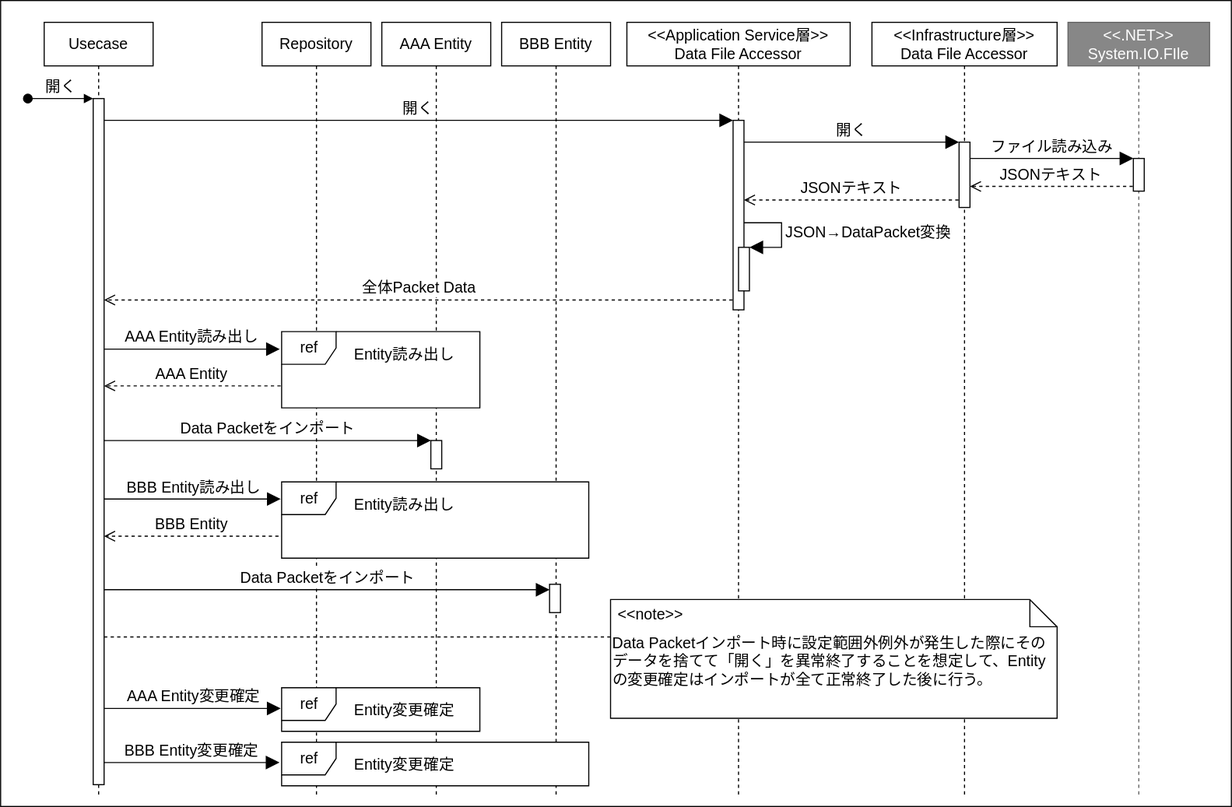
This is Documents/Design/設定データファイル読み込みシーケンス.svg from bosssanovar/WindowsApp_Template_202404, a draw.io export, as it was before one commit. Source tidied: cells renumbered, new cells last; positions are measured from the earlier drawing's top-left corner, leaving out a move shared by most shapes.
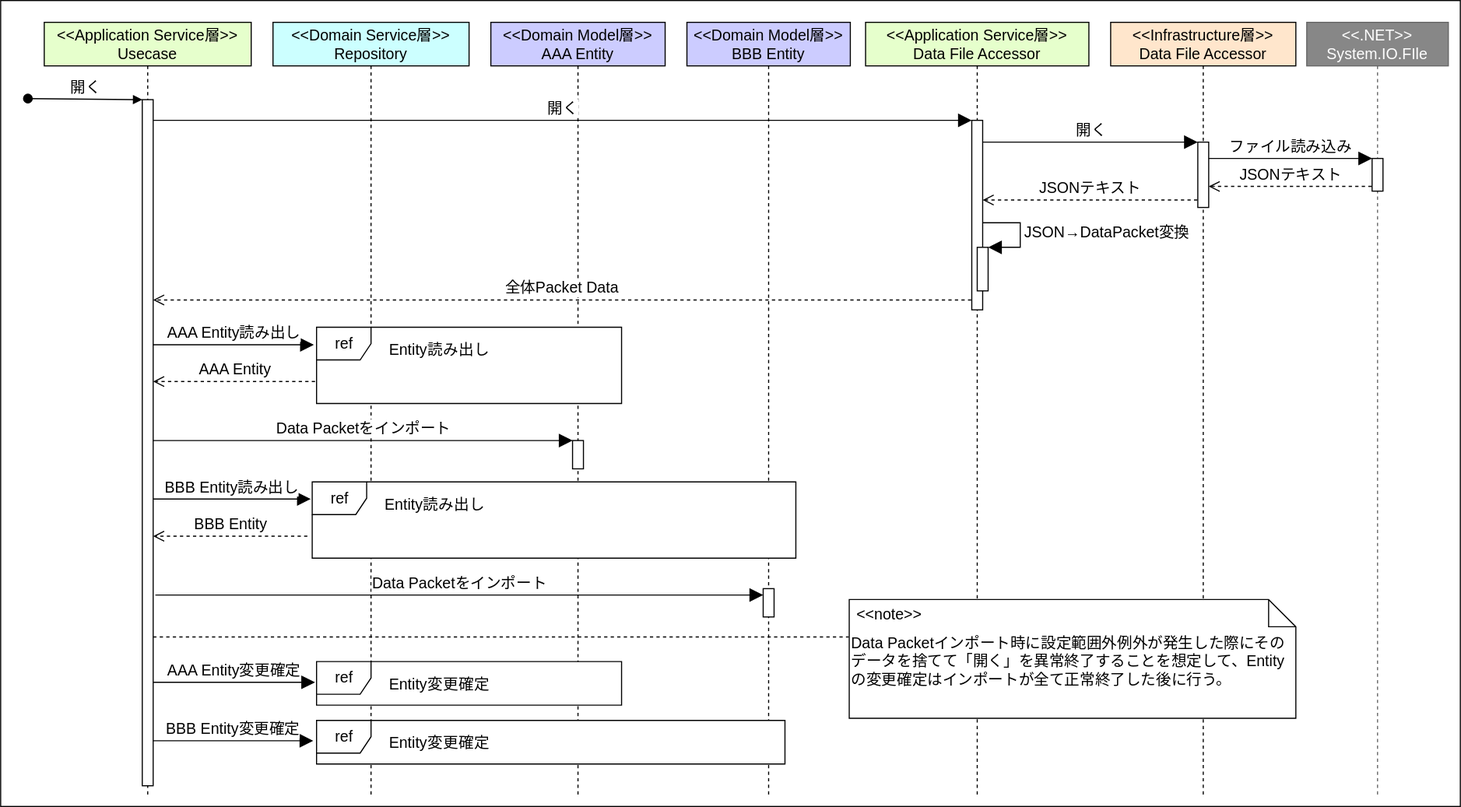
The same file after the commit.

Change to the diagram source:
```diff
@@ -3,36 +3,36 @@
     <mxCell id="0" />
     <mxCell id="1" parent="0" />
     <mxCell id="2" style="rounded=0;whiteSpace=wrap;html=1;strokeColor=#000000;strokeWidth=1;fontSize=14;fontColor=#000000;fillColor=default;" parent="1" vertex="1">
-      <mxGeometry width="1130" height="740" as="geometry" />
+      <mxGeometry x="-310" width="1340" height="740" as="geometry" />
     </mxCell>
-    <mxCell id="3" value="Usecase" style="shape=umlLifeline;perimeter=lifelinePerimeter;whiteSpace=wrap;html=1;strokeColor=#000000;strokeWidth=1;fontSize=14;fontColor=#000000;fillColor=#FFFFFF;" parent="1" vertex="1">
-      <mxGeometry x="40" y="20" width="100" height="710" as="geometry" />
+    <mxCell id="3" value="&amp;lt;&amp;lt;Application Service層&amp;gt;&amp;gt;&lt;br&gt;Usecase" style="shape=umlLifeline;perimeter=lifelinePerimeter;whiteSpace=wrap;html=1;strokeColor=#000000;strokeWidth=1;fontSize=14;fontColor=#000000;fillColor=#E6FFCC;" parent="1" vertex="1">
+      <mxGeometry x="-270" y="20" width="190" height="710" as="geometry" />
     </mxCell>
     <mxCell id="4" style="html=1;points=[];perimeter=orthogonalPerimeter;strokeColor=#000000;strokeWidth=1;fontSize=14;fontColor=#000000;fillColor=default;" parent="3" vertex="1">
-      <mxGeometry x="45" y="70" width="10" height="630" as="geometry" />
+      <mxGeometry x="90" y="71" width="10" height="630" as="geometry" />
     </mxCell>
     <mxCell id="5" value="開く" style="html=1;verticalAlign=bottom;startArrow=oval;endArrow=block;startSize=8;strokeWidth=1;fontSize=14;fontColor=#000000;" parent="3" edge="1" target="4">
       <mxGeometry relative="1" as="geometry">
         <mxPoint x="-15" y="70" as="sourcePoint" />
       </mxGeometry>
     </mxCell>
-    <mxCell id="6" value="Repository" style="shape=umlLifeline;perimeter=lifelinePerimeter;whiteSpace=wrap;html=1;strokeColor=#000000;strokeWidth=1;fontSize=14;fontColor=#000000;fillColor=#FFFFFF;" parent="1" vertex="1">
-      <mxGeometry x="240" y="20" width="100" height="710" as="geometry" />
+    <mxCell id="6" value="&amp;lt;&amp;lt;Domain Service層&amp;gt;&amp;gt;&lt;br&gt;Repository" style="shape=umlLifeline;perimeter=lifelinePerimeter;whiteSpace=wrap;html=1;strokeColor=#000000;strokeWidth=1;fontSize=14;fontColor=#000000;fillColor=#CCFFFF;" parent="1" vertex="1">
+      <mxGeometry x="-60" y="20" width="180" height="710" as="geometry" />
     </mxCell>
-    <mxCell id="7" value="AAA Entity" style="shape=umlLifeline;perimeter=lifelinePerimeter;whiteSpace=wrap;html=1;strokeColor=#000000;strokeWidth=1;fontSize=14;fontColor=#000000;fillColor=#FFFFFF;" parent="1" vertex="1">
-      <mxGeometry x="350" y="20" width="100" height="710" as="geometry" />
+    <mxCell id="7" value="&amp;lt;&amp;lt;Domain Model層&amp;gt;&amp;gt;&lt;br&gt;AAA Entity" style="shape=umlLifeline;perimeter=lifelinePerimeter;whiteSpace=wrap;html=1;strokeColor=#000000;strokeWidth=1;fontSize=14;fontColor=#000000;fillColor=#CCCCFF;" parent="1" vertex="1">
+      <mxGeometry x="140" y="20" width="160" height="710" as="geometry" />
     </mxCell>
     <mxCell id="8" style="html=1;points=[];perimeter=orthogonalPerimeter;strokeColor=#000000;strokeWidth=1;fontSize=14;fontColor=#000000;fillColor=default;" parent="7" vertex="1">
-      <mxGeometry x="45" y="384" width="10" height="26" as="geometry" />
+      <mxGeometry x="75" y="384" width="10" height="26" as="geometry" />
     </mxCell>
-    <mxCell id="9" value="BBB Entity" style="shape=umlLifeline;perimeter=lifelinePerimeter;whiteSpace=wrap;html=1;strokeColor=#000000;strokeWidth=1;fontSize=14;fontColor=#000000;fillColor=#FFFFFF;" parent="1" vertex="1">
-      <mxGeometry x="460" y="20" width="100" height="710" as="geometry" />
+    <mxCell id="9" value="&amp;lt;&amp;lt;Domain Model層&amp;gt;&amp;gt;&lt;br&gt;BBB Entity" style="shape=umlLifeline;perimeter=lifelinePerimeter;whiteSpace=wrap;html=1;strokeColor=#000000;strokeWidth=1;fontSize=14;fontColor=#000000;fillColor=#CCCCFF;" parent="1" vertex="1">
+      <mxGeometry x="320" y="20" width="150" height="710" as="geometry" />
     </mxCell>
     <mxCell id="10" style="html=1;points=[];perimeter=orthogonalPerimeter;strokeColor=#000000;strokeWidth=1;fontSize=14;fontColor=#000000;fillColor=default;" parent="9" vertex="1">
-      <mxGeometry x="44" y="516" width="10" height="26" as="geometry" />
+      <mxGeometry x="70" y="520" width="10" height="26" as="geometry" />
     </mxCell>
-    <mxCell id="11" value="&amp;lt;&amp;lt;Application Service層&amp;gt;&amp;gt;&lt;br&gt;Data File Accessor" style="shape=umlLifeline;perimeter=lifelinePerimeter;whiteSpace=wrap;html=1;strokeColor=#000000;strokeWidth=1;fontSize=14;fontColor=#000000;fillColor=#FFFFFF;" parent="1" vertex="1">
-      <mxGeometry x="575" y="20" width="205" height="710" as="geometry" />
+    <mxCell id="11" value="&amp;lt;&amp;lt;Application Service層&amp;gt;&amp;gt;&lt;br&gt;Data File Accessor" style="shape=umlLifeline;perimeter=lifelinePerimeter;whiteSpace=wrap;html=1;strokeColor=#000000;strokeWidth=1;fontSize=14;fontColor=#000000;fillColor=#E6FFCC;" parent="1" vertex="1">
+      <mxGeometry x="484" y="20" width="205" height="710" as="geometry" />
     </mxCell>
     <mxCell id="12" style="html=1;points=[];perimeter=orthogonalPerimeter;strokeColor=#000000;strokeWidth=1;fontSize=14;fontColor=#000000;fillColor=default;" parent="11" vertex="1">
       <mxGeometry x="97.5" y="90" width="10" height="174" as="geometry" />
@@ -48,20 +48,20 @@
         </Array>
       </mxGeometry>
     </mxCell>
-    <mxCell id="15" value="&amp;lt;&amp;lt;Infrastructure層&amp;gt;&amp;gt;&lt;br style=&quot;border-color: var(--border-color);&quot;&gt;Data File Accessor" style="shape=umlLifeline;perimeter=lifelinePerimeter;whiteSpace=wrap;html=1;strokeColor=#000000;strokeWidth=1;fontSize=14;fontColor=#000000;fillColor=#FFFFFF;" parent="1" vertex="1">
-      <mxGeometry x="800" y="20" width="170" height="710" as="geometry" />
+    <mxCell id="15" value="&amp;lt;&amp;lt;Infrastructure層&amp;gt;&amp;gt;&lt;br style=&quot;border-color: var(--border-color);&quot;&gt;Data File Accessor" style="shape=umlLifeline;perimeter=lifelinePerimeter;whiteSpace=wrap;html=1;strokeColor=#000000;strokeWidth=1;fontSize=14;fontColor=#000000;fillColor=#FFE6CC;" parent="1" vertex="1">
+      <mxGeometry x="709" y="20" width="170" height="710" as="geometry" />
     </mxCell>
     <mxCell id="16" style="html=1;points=[];perimeter=orthogonalPerimeter;strokeColor=#000000;strokeWidth=1;fontSize=14;fontColor=#000000;fillColor=default;" parent="15" vertex="1">
       <mxGeometry x="80" y="110" width="10" height="60" as="geometry" />
     </mxCell>
     <mxCell id="17" value="&amp;lt;&amp;lt;.NET&amp;gt;&amp;gt;&lt;br&gt;System.IO.FIle" style="shape=umlLifeline;perimeter=lifelinePerimeter;whiteSpace=wrap;html=1;strokeColor=#666666;strokeWidth=1;fontSize=14;fontColor=#FFFFFF;fillColor=#878787;" parent="1" vertex="1">
-      <mxGeometry x="980" y="20" width="130" height="710" as="geometry" />
+      <mxGeometry x="889" y="20" width="130" height="710" as="geometry" />
     </mxCell>
     <mxCell id="18" style="html=1;points=[];perimeter=orthogonalPerimeter;strokeColor=#000000;strokeWidth=1;fontSize=14;fontColor=#000000;fillColor=default;" parent="17" vertex="1">
       <mxGeometry x="60" y="125" width="10" height="30" as="geometry" />
     </mxCell>
     <mxCell id="19" value="ref" style="shape=umlFrame;tabPosition=left;html=1;boundedLbl=1;labelInHeader=1;width=50;height=30;strokeWidth=1;fontSize=14;swimlaneFillColor=#FFFFFF;" parent="1" vertex="1">
-      <mxGeometry x="258" y="304" width="182" height="70" as="geometry" />
+      <mxGeometry x="-20" y="300" width="280" height="70" as="geometry" />
     </mxCell>
     <mxCell id="20" value="Entity読み出し" style="text;align=center;strokeColor=none;strokeWidth=1;fontSize=14;fontColor=#000000;fillColor=default;" parent="19" vertex="1">
       <mxGeometry width="100" height="20" relative="1" as="geometry">
@@ -69,27 +69,21 @@
       </mxGeometry>
     </mxCell>
     <mxCell id="21" value="ref" style="shape=umlFrame;tabPosition=left;html=1;boundedLbl=1;labelInHeader=1;width=50;height=30;strokeColor=#000000;strokeWidth=1;fontSize=14;fontColor=#000000;fillColor=default;swimlaneFillColor=#FFFFFF;" parent="1" vertex="1">
-      <mxGeometry x="258" y="442" width="282" height="70" as="geometry" />
+      <mxGeometry x="-24" y="442" width="444" height="70" as="geometry" />
     </mxCell>
     <mxCell id="22" value="Entity読み出し" style="text;align=center;strokeColor=none;strokeWidth=1;fontSize=14;fontColor=#000000;fillColor=default;" parent="21" vertex="1">
       <mxGeometry width="100" height="20" relative="1" as="geometry">
         <mxPoint x="63" y="6" as="offset" />
       </mxGeometry>
     </mxCell>
-    <mxCell id="23" value="AAA Entity読み出し" style="html=1;verticalAlign=bottom;endArrow=block;strokeWidth=1;fontSize=14;fontColor=#000000;startSize=6;endSize=10;entryX=-0.009;entryY=0.23;entryDx=0;entryDy=0;entryPerimeter=0;" parent="1" edge="1" target="19">
-      <mxGeometry relative="1" as="geometry">
-        <mxPoint x="95" y="320.1" as="sourcePoint" />
-      </mxGeometry>
+    <mxCell id="23" value="AAA Entity読み出し" style="html=1;verticalAlign=bottom;endArrow=block;strokeWidth=1;fontSize=14;fontColor=#000000;startSize=6;endSize=10;entryX=-0.009;entryY=0.23;entryDx=0;entryDy=0;entryPerimeter=0;" parent="1" edge="1" source="4" target="19">
+      <mxGeometry relative="1" as="geometry" />
     </mxCell>
-    <mxCell id="24" value="AAA Entity" style="html=1;verticalAlign=bottom;endArrow=open;dashed=1;endSize=8;strokeWidth=1;fontSize=14;fontColor=#000000;exitX=-0.005;exitY=0.712;exitDx=0;exitDy=0;exitPerimeter=0;" parent="1" edge="1" source="19">
-      <mxGeometry relative="1" as="geometry">
-        <mxPoint x="95" y="353.8" as="targetPoint" />
-      </mxGeometry>
+    <mxCell id="24" value="AAA Entity" style="html=1;verticalAlign=bottom;endArrow=open;dashed=1;endSize=8;strokeWidth=1;fontSize=14;fontColor=#000000;exitX=-0.005;exitY=0.712;exitDx=0;exitDy=0;exitPerimeter=0;" parent="1" edge="1" source="19" target="4">
+      <mxGeometry relative="1" as="geometry" />
     </mxCell>
-    <mxCell id="25" value="Data Packetをインポート" style="html=1;verticalAlign=bottom;endArrow=block;entryX=0;entryY=0;strokeWidth=1;fontSize=14;fontColor=#000000;startSize=6;endSize=10;" parent="1" edge="1" target="8">
-      <mxGeometry relative="1" as="geometry">
-        <mxPoint x="95" y="404" as="sourcePoint" />
-      </mxGeometry>
+    <mxCell id="25" value="Data Packetをインポート" style="html=1;verticalAlign=bottom;endArrow=block;entryX=0;entryY=0;strokeWidth=1;fontSize=14;fontColor=#000000;startSize=6;endSize=10;" parent="1" edge="1" source="4" target="8">
+      <mxGeometry relative="1" as="geometry" />
     </mxCell>
     <mxCell id="26" value="BBB Entity読み出し" style="html=1;verticalAlign=bottom;endArrow=block;strokeWidth=1;fontSize=14;fontColor=#000000;startSize=6;endSize=10;entryX=-0.003;entryY=0.224;entryDx=0;entryDy=0;entryPerimeter=0;" parent="1" edge="1" source="4" target="21">
       <mxGeometry relative="1" as="geometry" />
@@ -97,11 +91,8 @@
     <mxCell id="27" value="BBB Entity" style="html=1;verticalAlign=bottom;endArrow=open;dashed=1;endSize=8;strokeWidth=1;fontSize=14;fontColor=#000000;exitX=-0.01;exitY=0.712;exitDx=0;exitDy=0;exitPerimeter=0;" parent="1" edge="1" source="21" target="4">
       <mxGeometry relative="1" as="geometry" />
     </mxCell>
-    <mxCell id="28" value="Data Packetをインポート" style="html=1;verticalAlign=bottom;endArrow=block;entryX=0;entryY=0;strokeWidth=1;fontSize=14;fontColor=#000000;startSize=6;endSize=10;" parent="1" edge="1">
-      <mxGeometry relative="1" as="geometry">
-        <mxPoint x="95" y="541" as="sourcePoint" />
-        <mxPoint x="504" y="541" as="targetPoint" />
-      </mxGeometry>
+    <mxCell id="28" value="Data Packetをインポート" style="html=1;verticalAlign=bottom;endArrow=block;strokeWidth=1;fontSize=14;fontColor=#000000;startSize=6;endSize=10;exitX=1.2;exitY=0.722;exitDx=0;exitDy=0;exitPerimeter=0;" parent="1" edge="1" source="4" target="10">
+      <mxGeometry relative="1" as="geometry" />
     </mxCell>
     <mxCell id="29" value="開く" style="html=1;verticalAlign=bottom;endArrow=block;entryX=0;entryY=0;strokeWidth=1;fontSize=14;fontColor=#000000;startSize=6;endSize=10;" parent="1" edge="1" source="4" target="12">
       <mxGeometry relative="1" as="geometry" />
@@ -121,19 +112,11 @@
     <mxCell id="34" value="JSONテキスト" style="html=1;verticalAlign=bottom;endArrow=open;dashed=1;endSize=8;strokeWidth=1;fontSize=14;fontColor=#000000;exitX=-0.05;exitY=0.886;exitDx=0;exitDy=0;exitPerimeter=0;" parent="1" edge="1" source="16" target="12">
       <mxGeometry relative="1" as="geometry" />
     </mxCell>
-    <mxCell id="35" value="ref" style="shape=umlFrame;tabPosition=left;html=1;boundedLbl=1;labelInHeader=1;width=50;height=30;strokeWidth=1;fontSize=14;swimlaneFillColor=#FFFFFF;" parent="1" vertex="1">
-      <mxGeometry x="258" y="631" width="182" height="40" as="geometry" />
-    </mxCell>
-    <mxCell id="36" value="Entity変更確定" style="text;align=center;strokeColor=none;strokeWidth=1;fontSize=14;fontColor=#000000;fillColor=default;" parent="35" vertex="1">
-      <mxGeometry width="100" height="20" relative="1" as="geometry">
-        <mxPoint x="63" y="6" as="offset" />
-      </mxGeometry>
-    </mxCell>
     <mxCell id="37" value="AAA Entity変更確定" style="html=1;verticalAlign=bottom;endArrow=block;strokeWidth=1;fontSize=14;fontColor=#000000;startSize=6;endSize=10;entryX=-0.005;entryY=0.475;entryDx=0;entryDy=0;entryPerimeter=0;" parent="1" edge="1" source="4" target="35">
       <mxGeometry relative="1" as="geometry" />
     </mxCell>
     <mxCell id="38" value="ref" style="shape=umlFrame;tabPosition=left;html=1;boundedLbl=1;labelInHeader=1;width=50;height=30;strokeWidth=1;fontSize=14;swimlaneFillColor=#FFFFFF;" parent="1" vertex="1">
-      <mxGeometry x="258" y="681" width="282" height="40" as="geometry" />
+      <mxGeometry x="-20" y="661" width="430" height="40" as="geometry" />
     </mxCell>
     <mxCell id="39" value="Entity変更確定" style="text;align=center;strokeColor=none;strokeWidth=1;fontSize=14;fontColor=#000000;fillColor=default;" parent="38" vertex="1">
       <mxGeometry width="100" height="20" relative="1" as="geometry">
@@ -144,7 +127,7 @@
       <mxGeometry relative="1" as="geometry" />
     </mxCell>
     <mxCell id="41" value="Data Packetインポート時に設定範囲外例外が発生した際にそのデータを捨てて「開く」を異常終了することを想定して、Entityの変更確定はインポートが全て正常終了した後に行う。" style="shape=note2;boundedLbl=1;whiteSpace=wrap;html=1;size=25;verticalAlign=top;align=left;strokeWidth=1;fontSize=14;" parent="1" vertex="1">
-      <mxGeometry x="560" y="550" width="410" height="109" as="geometry" />
+      <mxGeometry x="469" y="550" width="410" height="109" as="geometry" />
     </mxCell>
     <mxCell id="42" value="&lt;&lt;note&gt;&gt;" style="strokeColor=none;fillColor=none;align=left;spacingLeft=5;strokeWidth=1;fontSize=14;fontColor=#000000;" parent="41" vertex="1">
       <mxGeometry width="410" height="25" relative="1" as="geometry" />
@@ -152,5 +135,13 @@
     <mxCell id="43" style="endArrow=none;dashed=1;html=1;strokeWidth=1;fontSize=14;fontColor=#000000;startSize=6;endSize=10;entryX=-0.001;entryY=0.315;entryDx=0;entryDy=0;entryPerimeter=0;" parent="1" edge="1" source="4" target="41">
       <mxGeometry relative="1" as="geometry" />
     </mxCell>
+    <mxCell id="35" value="ref" style="shape=umlFrame;tabPosition=left;html=1;boundedLbl=1;labelInHeader=1;width=50;height=30;strokeWidth=1;fontSize=14;swimlaneFillColor=#FFFFFF;" parent="1" vertex="1">
+      <mxGeometry x="-20" y="607" width="280" height="40" as="geometry" />
+    </mxCell>
+    <mxCell id="36" value="Entity変更確定" style="text;align=center;strokeColor=none;strokeWidth=1;fontSize=14;fontColor=#000000;fillColor=default;" parent="35" vertex="1">
+      <mxGeometry width="100" height="20" relative="1" as="geometry">
+        <mxPoint x="63" y="6" as="offset" />
+      </mxGeometry>
+    </mxCell>
   </root>
 </mxGraphModel>
```
